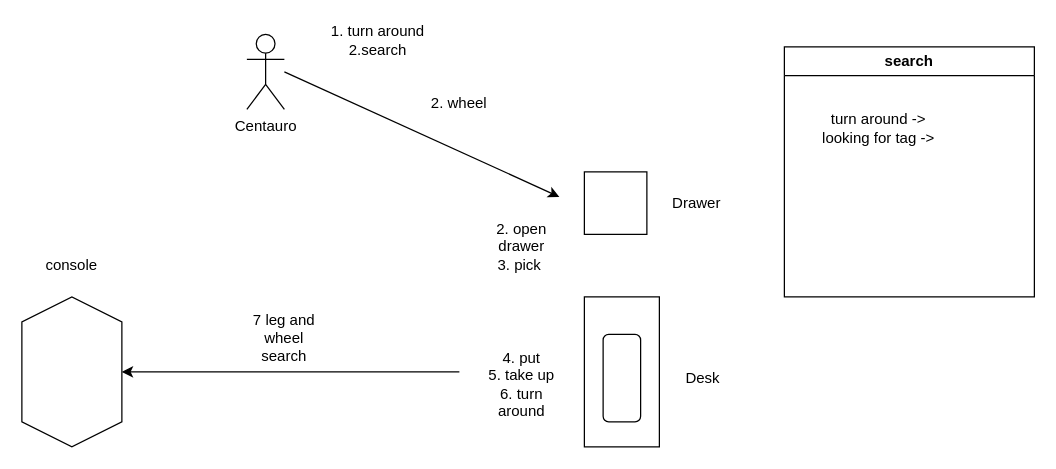
Before: long_task.drawio in muzi2018/centauro_long_task, a draw.io diagram. Source tidied: cells renumbered, new cells numbered last; positions are measured from the earlier drawing's top-left corner, leaving out a move shared by most shapes. Both pictures are drawn from the tidied source at 125%, with x=0, y=0 at pixel (-4, 21).
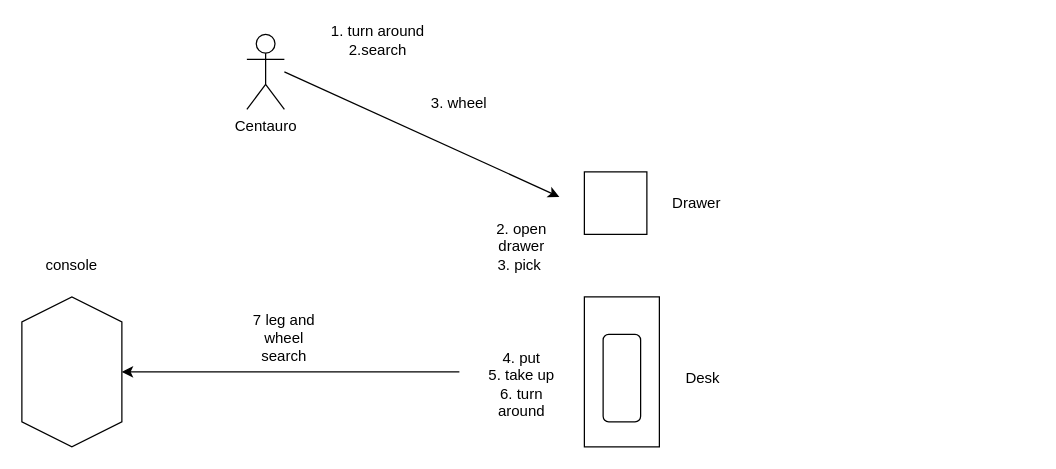
The same diagram, later.

What changed in the source:
```diff
@@
-    <mxCell id="11" value="2. wheel" style="text;html=1;strokeColor=none;fillColor=none;align=center;verticalAlign=middle;whiteSpace=wrap;rounded=0;" parent="1" vertex="1">
+    <mxCell id="11" value="3. wheel" style="text;html=1;strokeColor=none;fillColor=none;align=center;verticalAlign=middle;whiteSpace=wrap;rounded=0;" parent="1" vertex="1">
       <mxGeometry x="340" y="50" width="60" height="30" as="geometry" />
     </mxCell>
@@
-    <mxCell id="20" value="search" style="swimlane;whiteSpace=wrap;html=1;" parent="1" vertex="1">
-      <mxGeometry x="630" y="20" width="200" height="200" as="geometry" />
-    </mxCell>
-    <mxCell id="21" value="turn around -&amp;gt; &lt;br&gt;looking for tag -&amp;gt;" style="text;html=1;align=center;verticalAlign=middle;strokeColor=none;fillColor=none;" parent="20" vertex="1">
-      <mxGeometry x="20" y="45" width="110" height="40" as="geometry" />
-    </mxCell>
```
